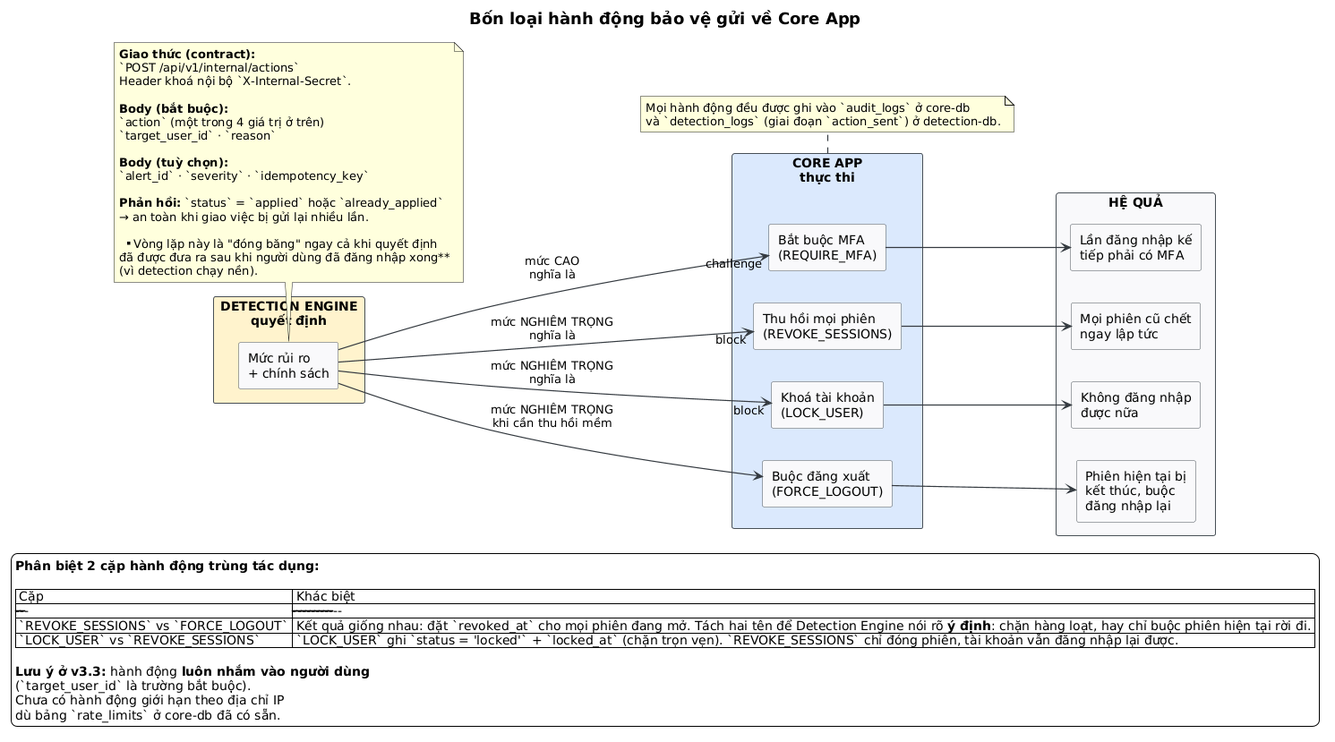
Earlier version of the PlantUML export docs/diagrams/v3.3-detect/06-hanh-dong-ve-core.png (Albert-Tuan/sentinel-auth).
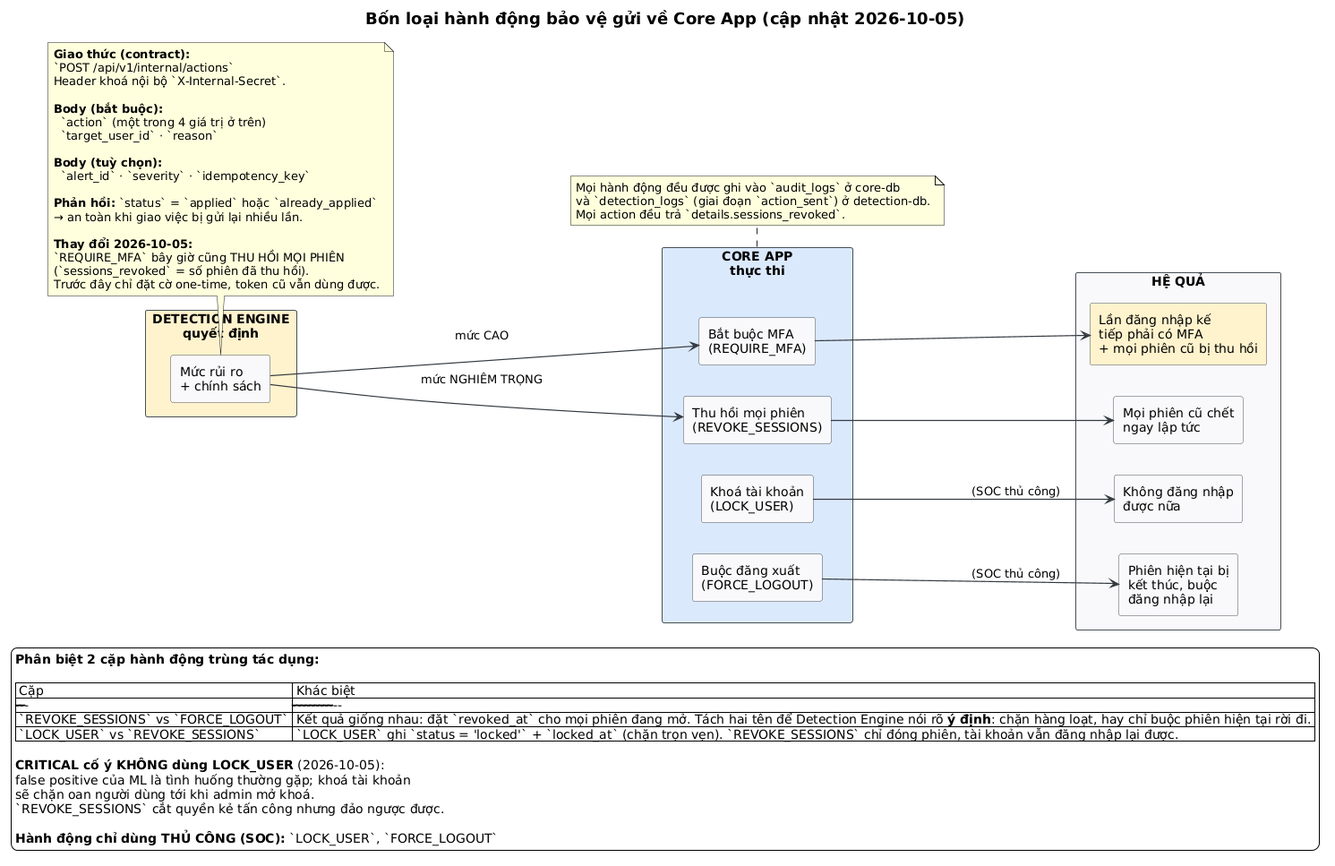
The same diagram one commit later.

The edit, as a diff of the source:
```diff
@@ -10,7 +10,7 @@
 skinparam ArrowThickness 1.2
 skinparam titleFontSize 18
 
-title Bốn loại hành động bảo vệ gửi về Core App
+title Bốn loại hành động bảo vệ gửi về Core App (cập nhật 2026-10-05)
 
 left to right direction
 
@@ -25,21 +25,19 @@
 }
 
 rectangle "HỆ QUẢ" as RES {
-  rectangle "Lần đăng nhập kế\ntiếp phải có MFA" as R1
+  rectangle "Lần đăng nhập kế\ntiếp phải có MFA\n+ mọi phiên cũ bị thu hồi" as R1 #FFF2CC
   rectangle "Mọi phiên cũ chết\nngay lập tức" as R2
   rectangle "Không đăng nhập\nđược nữa" as R3
   rectangle "Phiên hiện tại bị\nkết thúc, buộc\nđăng nhập lại" as R4
 }
 
-DEC --> A1 : mức CAO\nnghĩa là "challenge"
-DEC --> A2 : mức NGHIÊM TRỌNG\nnghĩa là "block"
-DEC --> A3 : mức NGHIÊM TRỌNG\nnghĩa là "block"
-DEC --> A4 : mức NGHIÊM TRỌNG\nkhi cần thu hồi mềm
+DEC --> A1 : mức CAO\n
+DEC --> A2 : mức NGHIÊM TRỌNG\n
+A3 --> R3 : (SOC thủ công)
+A4 --> R4 : (SOC thủ công)
 
 A1 --> R1
 A2 --> R2
-A3 --> R3
-A4 --> R4
 
 note bottom of DEC
   **Giao thức (contract):**
@@ -47,36 +45,40 @@
   Header khoá nội bộ `X-Internal-Secret`.
 
   **Body (bắt buộc):**
-  `action` (một trong 4 giá trị ở trên)
-  `target_user_id` · `reason`
+    `action` (một trong 4 giá trị ở trên)
+    `target_user_id` · `reason`
 
   **Body (tuỳ chọn):**
-  `alert_id` · `severity` · `idempotency_key`
+    `alert_id` · `severity` · `idempotency_key`
 
   **Phản hồi:** `status` = `applied` hoặc `already_applied`
   → an toàn khi giao việc bị gửi lại nhiều lần.
 
-  **Vòng lặp này là "đóng băng" ngay cả khi quyết định
-  đã được đưa ra sau khi người dùng đã đăng nhập xong**
-  (vì detection chạy nền).
+  **Thay đổi 2026-10-05:**
+  `REQUIRE_MFA` bây giờ cũng THU HỒI MỌI PHIÊN
+  (`sessions_revoked` = số phiên đã thu hồi).
+  Trước đây chỉ đặt cờ one-time, token cũ vẫn dùng được.
 end note
 
 note bottom of CORE
   Mọi hành động đều được ghi vào `audit_logs` ở core-db
   và `detection_logs` (giai đoạn `action_sent`) ở detection-db.
+  Mọi action đều trả `details.sessions_revoked`.
 end note
 
 legend bottom
-**Phân biệt 2 cặp hành động trùng tác dụng:**
+  **Phân biệt 2 cặp hành động trùng tác dụng:**
 
 | Cặp       | Khác biệt                                     |
 |-----------|-----------------------------------------------|
 | `REVOKE_SESSIONS` vs `FORCE_LOGOUT` | Kết quả giống nhau: đặt `revoked_at` cho mọi phiên đang mở. Tách hai tên để Detection Engine nói rõ **ý định**: chặn hàng loạt, hay chỉ buộc phiên hiện tại rời đi. |
 | `LOCK_USER` vs `REVOKE_SESSIONS` | `LOCK_USER` ghi `status = 'locked'` + `locked_at` (chặn trọn vẹn). `REVOKE_SESSIONS` chỉ đóng phiên, tài khoản vẫn đăng nhập lại được. |
 
-**Lưu ý ở v3.3:** hành động **luôn nhắm vào người dùng**
-(`target_user_id` là trường bắt buộc).
-Chưa có hành động giới hạn theo địa chỉ IP
-dù bảng `rate_limits` ở core-db đã có sẵn.
+**CRITICAL cố ý KHÔNG dùng LOCK_USER** (2026-10-05):
+false positive của ML là tình huống thường gặp; khoá tài khoản
+sẽ chặn oan người dùng tới khi admin mở khoá.
+`REVOKE_SESSIONS` cắt quyền kẻ tấn công nhưng đảo ngược được.
+
+**Hành động chỉ dùng THỦ CÔNG (SOC):** `LOCK_USER`, `FORCE_LOGOUT`
 endlegend
 @enduml
```
